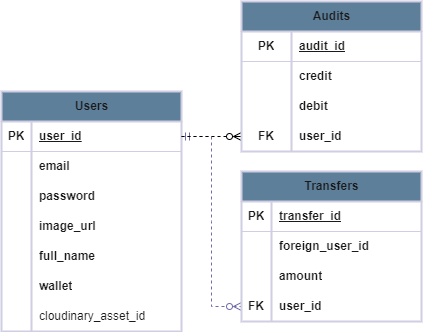
Earlier version of the draw.io export demo_credit.drawio.png (je2781/demo-credit). Source tidied: cells renumbered, new cells last; positions are measured from the earlier drawing's top-left corner, leaving out a move shared by most shapes.
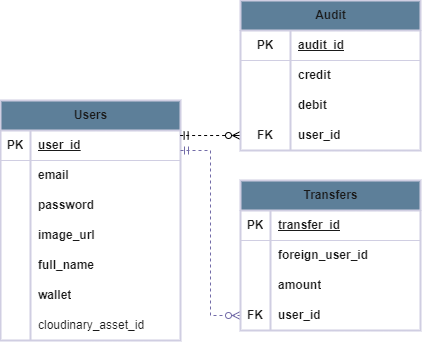
Above is the later version.

What changed in the source:
```diff
@@ -68,8 +68,10 @@
     <mxCell id="23" value="cloudinary_asset_id" style="shape=partialRectangle;fillColor=none;top=0;left=0;bottom=0;right=0;align=left;spacingLeft=6;overflow=hidden;whiteSpace=wrap;html=1;labelBackgroundColor=none;strokeColor=#D0CEE2;fontColor=#1A1A1A;rounded=1;" parent="21" vertex="1">
       <mxGeometry x="30" width="150" height="30" as="geometry" />
     </mxCell>
-    <mxCell id="24" style="edgeStyle=entityRelationEdgeStyle;fontSize=12;html=1;endArrow=ERzeroToMany;endFill=1;startArrow=ERmandOne;rounded=0;strokeColor=#736CA8;fontColor=#1A1A1A;exitX=1;exitY=0.5;exitDx=0;exitDy=0;entryX=0;entryY=0.5;entryDx=0;entryDy=0;dashed=1;startFill=0;" parent="1" edge="1" source="3" target="35">
-      <mxGeometry relative="1" as="geometry" />
+    <mxCell id="24" style="edgeStyle=entityRelationEdgeStyle;fontSize=12;html=1;endArrow=ERzeroToMany;endFill=1;startArrow=ERmandOne;rounded=0;strokeColor=#736CA8;fontColor=#1A1A1A;entryX=0;entryY=0.5;entryDx=0;entryDy=0;dashed=1;startFill=0;" parent="1" edge="1" target="35">
+      <mxGeometry relative="1" as="geometry">
+        <mxPoint x="180" y="140" as="sourcePoint" />
+      </mxGeometry>
     </mxCell>
     <mxCell id="25" value="Transfers" style="shape=table;startSize=30;rowLines=0;fontStyle=1;align=center;html=1;labelBackgroundColor=none;fillColor=#5D7F99;strokeColor=#D0CEE2;fontColor=#1A1A1A;rounded=0;strokeWidth=2;" parent="1" vertex="1">
       <mxGeometry x="240" y="170" width="180" height="150" as="geometry" />
@@ -110,15 +112,15 @@
     <mxCell id="37" value="user_id" style="shape=partialRectangle;fillColor=none;top=0;left=0;bottom=0;right=0;align=left;spacingLeft=6;overflow=hidden;whiteSpace=wrap;html=1;fontStyle=1;labelBackgroundColor=none;strokeColor=#D0CEE2;fontColor=#1A1A1A;rounded=1;" parent="35" vertex="1">
       <mxGeometry x="30" width="150" height="30" as="geometry" />
     </mxCell>
-    <mxCell id="38" style="edgeStyle=entityRelationEdgeStyle;fontSize=12;html=1;endArrow=ERzeroToMany;endFill=0;rounded=0;exitX=1;exitY=0.5;exitDx=0;exitDy=0;entryX=0;entryY=0.5;entryDx=0;entryDy=0;dashed=1;" parent="1" edge="1" source="3" target="49">
+    <mxCell id="38" style="edgeStyle=entityRelationEdgeStyle;fontSize=12;html=1;endArrow=ERzeroToMany;endFill=0;rounded=0;exitX=0.998;exitY=0.167;exitDx=0;exitDy=0;entryX=0;entryY=0.5;entryDx=0;entryDy=0;dashed=1;exitPerimeter=0;startArrow=ERmandOne;startFill=0;" parent="1" edge="1" source="3" target="49">
       <mxGeometry relative="1" as="geometry">
         <Array as="points">
           <mxPoint x="220" y="30" />
         </Array>
       </mxGeometry>
     </mxCell>
-    <mxCell id="39" value="Audits" style="shape=table;startSize=30;rowLines=0;fontStyle=1;align=center;html=1;labelBackgroundColor=none;fillColor=#5D7F99;strokeColor=#D0CEE2;fontColor=#1A1A1A;rounded=0;strokeWidth=2;" parent="1" vertex="1">
-      <mxGeometry x="240" width="180" height="150" as="geometry" />
+    <mxCell id="39" value="Audit" style="shape=table;startSize=30;rowLines=0;fontStyle=1;align=center;html=1;labelBackgroundColor=none;fillColor=#5D7F99;strokeColor=#D0CEE2;fontColor=#1A1A1A;rounded=0;strokeWidth=2;" parent="1" vertex="1">
+      <mxGeometry x="240" y="-10" width="180" height="150" as="geometry" />
     </mxCell>
     <mxCell id="40" style="shape=tableRow;horizontal=0;startSize=0;swimlaneHead=0;swimlaneBody=0;fillColor=none;top=0;left=0;right=0;bottom=1;labelBackgroundColor=none;strokeColor=#D0CEE2;fontColor=#1A1A1A;rounded=1;" parent="39" vertex="1">
       <mxGeometry y="30" width="180" height="30" as="geometry" />
```
